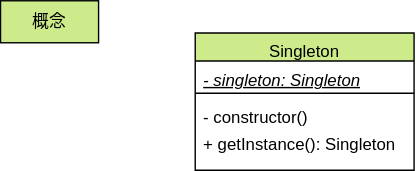
The draw.io diagram drawio/singleton/singleton-concept.drawio.svg in go-to-k/cdk-gof-design-pattern, before a commit. Source tidied: cells renumbered, new cells last; positions are measured from the earlier drawing's top-left corner, leaving out a move shared by most shapes. The source it was exported from:
```xml
<mxGraphModel background="#ffffff">
  <root>
    <mxCell id="0" />
    <mxCell id="1" parent="0" />
    <mxCell id="2" value="Singleton" style="swimlane;fontStyle=0;align=center;verticalAlign=top;horizontal=1;startSize=20;rounded=0;shadow=0;strokeWidth=1;fillColor=#cdeb8b;strokeColor=#000000;fontColor=#000000;" parent="1" vertex="1">
      <mxGeometry x="138.9" y="23" width="156.2" height="98" as="geometry" />
    </mxCell>
    <mxCell id="3" value="&lt;i&gt;&lt;u&gt;- singleton: Singleton&lt;/u&gt;&lt;/i&gt;" style="text;strokeColor=none;fillColor=none;align=left;verticalAlign=top;spacingLeft=4;spacingRight=4;overflow=hidden;whiteSpace=wrap;html=1;fontColor=#000000;" parent="2" vertex="1">
      <mxGeometry y="20" width="156.2" height="19" as="geometry" />
    </mxCell>
    <mxCell id="4" style="line;html=1;strokeWidth=1;align=left;verticalAlign=middle;spacingTop=-1;spacingLeft=3;spacingRight=3;labelPosition=right;fontColor=#000000;strokeColor=#000000;" parent="2" vertex="1">
      <mxGeometry y="39" width="156.2" height="8" as="geometry" />
    </mxCell>
    <mxCell id="5" value="- constructor()" style="text;strokeColor=none;fillColor=none;align=left;verticalAlign=top;spacingLeft=4;spacingRight=4;overflow=hidden;whiteSpace=wrap;html=1;fontColor=#000000;" parent="2" vertex="1">
      <mxGeometry y="47" width="156.2" height="19" as="geometry" />
    </mxCell>
    <mxCell id="6" value="+ getInstance(): Singleton" style="text;strokeColor=none;fillColor=none;align=left;verticalAlign=top;spacingLeft=4;spacingRight=4;overflow=hidden;whiteSpace=wrap;html=1;fontColor=#000000;" parent="2" vertex="1">
      <mxGeometry y="66" width="156.2" height="19" as="geometry" />
    </mxCell>
    <mxCell id="7" value="概念" style="rounded=0;whiteSpace=wrap;html=1;fillColor=#cdeb8b;strokeColor=#000000;fontColor=#000000;" parent="1" vertex="1">
      <mxGeometry x="-0.1" width="70" height="30" as="geometry" />
    </mxCell>
  </root>
</mxGraphModel>
```
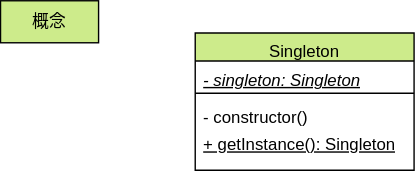
After the change.

Commit message:
update singleton diagram

Change to the diagram source:
```diff
@@ -14,7 +14,7 @@
     <mxCell id="5" value="- constructor()" style="text;strokeColor=none;fillColor=none;align=left;verticalAlign=top;spacingLeft=4;spacingRight=4;overflow=hidden;whiteSpace=wrap;html=1;fontColor=#000000;" parent="2" vertex="1">
       <mxGeometry y="47" width="156.2" height="19" as="geometry" />
     </mxCell>
-    <mxCell id="6" value="+ getInstance(): Singleton" style="text;strokeColor=none;fillColor=none;align=left;verticalAlign=top;spacingLeft=4;spacingRight=4;overflow=hidden;whiteSpace=wrap;html=1;fontColor=#000000;" parent="2" vertex="1">
+    <mxCell id="6" value="&lt;u&gt;+ getInstance(): Singleton&lt;/u&gt;" style="text;strokeColor=none;fillColor=none;align=left;verticalAlign=top;spacingLeft=4;spacingRight=4;overflow=hidden;whiteSpace=wrap;html=1;fontColor=#000000;" parent="2" vertex="1">
       <mxGeometry y="66" width="156.2" height="19" as="geometry" />
     </mxCell>
     <mxCell id="7" value="概念" style="rounded=0;whiteSpace=wrap;html=1;fillColor=#cdeb8b;strokeColor=#000000;fontColor=#000000;" parent="1" vertex="1">
```
